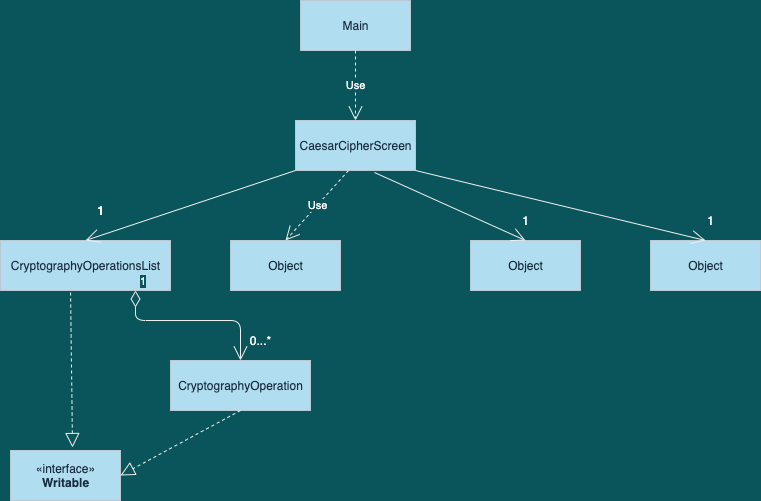
Before: UML_Design_Diagram.png, a diagram exported from draw.io (CharviGulati/CaesarCipherAssignment). Source tidied: cells renumbered, new cells last; positions are measured from the earlier drawing's top-left corner, leaving out a move shared by most shapes.
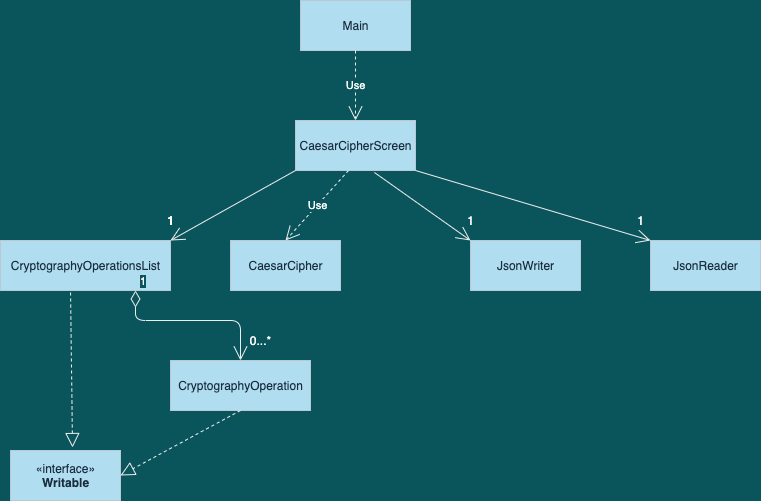
The same file after the commit.

Commit message:
Changed UML diagram

What changed in the source:
```diff
@@ -16,25 +16,25 @@
     <mxCell id="5" value="CryptographyOperationsList" style="html=1;fillColor=#B1DDF0;strokeColor=#BAC8D3;fontColor=#182E3E;" parent="1" vertex="1">
       <mxGeometry y="240" width="170" height="50" as="geometry" />
     </mxCell>
-    <mxCell id="6" value="Object" style="html=1;fillColor=#B1DDF0;strokeColor=#BAC8D3;fontColor=#182E3E;" parent="1" vertex="1">
+    <mxCell id="6" value="CaesarCipher" style="html=1;fillColor=#B1DDF0;strokeColor=#BAC8D3;fontColor=#182E3E;" parent="1" vertex="1">
       <mxGeometry x="230" y="240" width="110" height="50" as="geometry" />
     </mxCell>
-    <mxCell id="7" value="Object" style="html=1;fillColor=#B1DDF0;strokeColor=#BAC8D3;fontColor=#182E3E;" parent="1" vertex="1">
+    <mxCell id="7" value="JsonWriter" style="html=1;fillColor=#B1DDF0;strokeColor=#BAC8D3;fontColor=#182E3E;" parent="1" vertex="1">
       <mxGeometry x="470" y="240" width="110" height="50" as="geometry" />
     </mxCell>
-    <mxCell id="8" value="Object" style="html=1;fillColor=#B1DDF0;strokeColor=#BAC8D3;fontColor=#182E3E;" parent="1" vertex="1">
+    <mxCell id="8" value="JsonReader" style="html=1;fillColor=#B1DDF0;strokeColor=#BAC8D3;fontColor=#182E3E;" parent="1" vertex="1">
       <mxGeometry x="650" y="240" width="110" height="50" as="geometry" />
     </mxCell>
     <mxCell id="9" value="Use" style="endArrow=open;endSize=12;dashed=1;html=1;exitX=0.442;exitY=1;exitDx=0;exitDy=0;exitPerimeter=0;entryX=0.5;entryY=0;entryDx=0;entryDy=0;labelBackgroundColor=#09555B;strokeColor=#EEEEEE;fontColor=#FFFFFF;" parent="1" edge="1" source="4" target="6">
       <mxGeometry relative="1" as="geometry" />
     </mxCell>
-    <mxCell id="10" style="endArrow=open;endFill=1;endSize=12;html=1;exitX=0;exitY=1;exitDx=0;exitDy=0;entryX=0.5;entryY=0;entryDx=0;entryDy=0;labelBackgroundColor=#09555B;strokeColor=#EEEEEE;fontColor=#FFFFFF;" parent="1" edge="1" source="4" target="5">
+    <mxCell id="10" style="endArrow=open;endFill=1;endSize=12;html=1;exitX=0;exitY=1;exitDx=0;exitDy=0;entryX=1;entryY=0;entryDx=0;entryDy=0;labelBackgroundColor=#09555B;strokeColor=#EEEEEE;fontColor=#FFFFFF;" parent="1" edge="1" source="4" target="5">
       <mxGeometry relative="1" as="geometry" />
     </mxCell>
-    <mxCell id="11" style="endArrow=open;endFill=1;endSize=12;html=1;exitX=0.658;exitY=1.04;exitDx=0;exitDy=0;exitPerimeter=0;entryX=0.5;entryY=0;entryDx=0;entryDy=0;labelBackgroundColor=#09555B;strokeColor=#EEEEEE;fontColor=#FFFFFF;" parent="1" edge="1" source="4" target="7">
+    <mxCell id="11" style="endArrow=open;endFill=1;endSize=12;html=1;exitX=0.658;exitY=1.04;exitDx=0;exitDy=0;exitPerimeter=0;entryX=0;entryY=0;entryDx=0;entryDy=0;labelBackgroundColor=#09555B;strokeColor=#EEEEEE;fontColor=#FFFFFF;" parent="1" edge="1" source="4" target="7">
       <mxGeometry relative="1" as="geometry" />
     </mxCell>
-    <mxCell id="12" style="endArrow=open;endFill=1;endSize=12;html=1;entryX=0.5;entryY=0;entryDx=0;entryDy=0;exitX=1;exitY=1;exitDx=0;exitDy=0;labelBackgroundColor=#09555B;strokeColor=#EEEEEE;fontColor=#FFFFFF;" parent="1" edge="1" source="4" target="8">
+    <mxCell id="12" style="endArrow=open;endFill=1;endSize=12;html=1;entryX=0;entryY=0;entryDx=0;entryDy=0;exitX=1;exitY=1;exitDx=0;exitDy=0;labelBackgroundColor=#09555B;strokeColor=#EEEEEE;fontColor=#FFFFFF;" parent="1" edge="1" source="4" target="8">
       <mxGeometry relative="1" as="geometry" />
     </mxCell>
     <mxCell id="13" value="CryptographyOperation" style="html=1;fillColor=#B1DDF0;strokeColor=#BAC8D3;fontColor=#182E3E;" parent="1" vertex="1">
@@ -59,13 +59,13 @@
       <mxGeometry relative="1" as="geometry" />
     </mxCell>
     <mxCell id="18" value="1" style="text;html=1;align=center;verticalAlign=middle;rounded=0;fontStyle=1;fontColor=#FFFFFF;" parent="1" vertex="1">
-      <mxGeometry x="90" y="200" width="20" height="20" as="geometry" />
+      <mxGeometry x="160" y="210" width="20" height="20" as="geometry" />
     </mxCell>
     <mxCell id="19" value="1" style="text;html=1;align=center;verticalAlign=middle;fillColor=none;strokeColor=none;rounded=0;fontColor=#FFFFFF;" parent="1" vertex="1">
-      <mxGeometry x="515" y="210" width="20" height="20" as="geometry" />
+      <mxGeometry x="460" y="210" width="20" height="20" as="geometry" />
     </mxCell>
     <mxCell id="20" value="1" style="text;html=1;align=center;verticalAlign=middle;fillColor=none;strokeColor=none;rounded=0;fontColor=#FFFFFF;" parent="1" vertex="1">
-      <mxGeometry x="700" y="210" width="20" height="20" as="geometry" />
+      <mxGeometry x="630" y="210" width="20" height="20" as="geometry" />
     </mxCell>
     <mxCell id="21" value="0...*" style="text;html=1;align=center;verticalAlign=middle;fillColor=none;strokeColor=none;rounded=0;fontColor=#FFFFFF;" parent="1" vertex="1">
       <mxGeometry x="240" y="330" width="40" height="20" as="geometry" />
```
